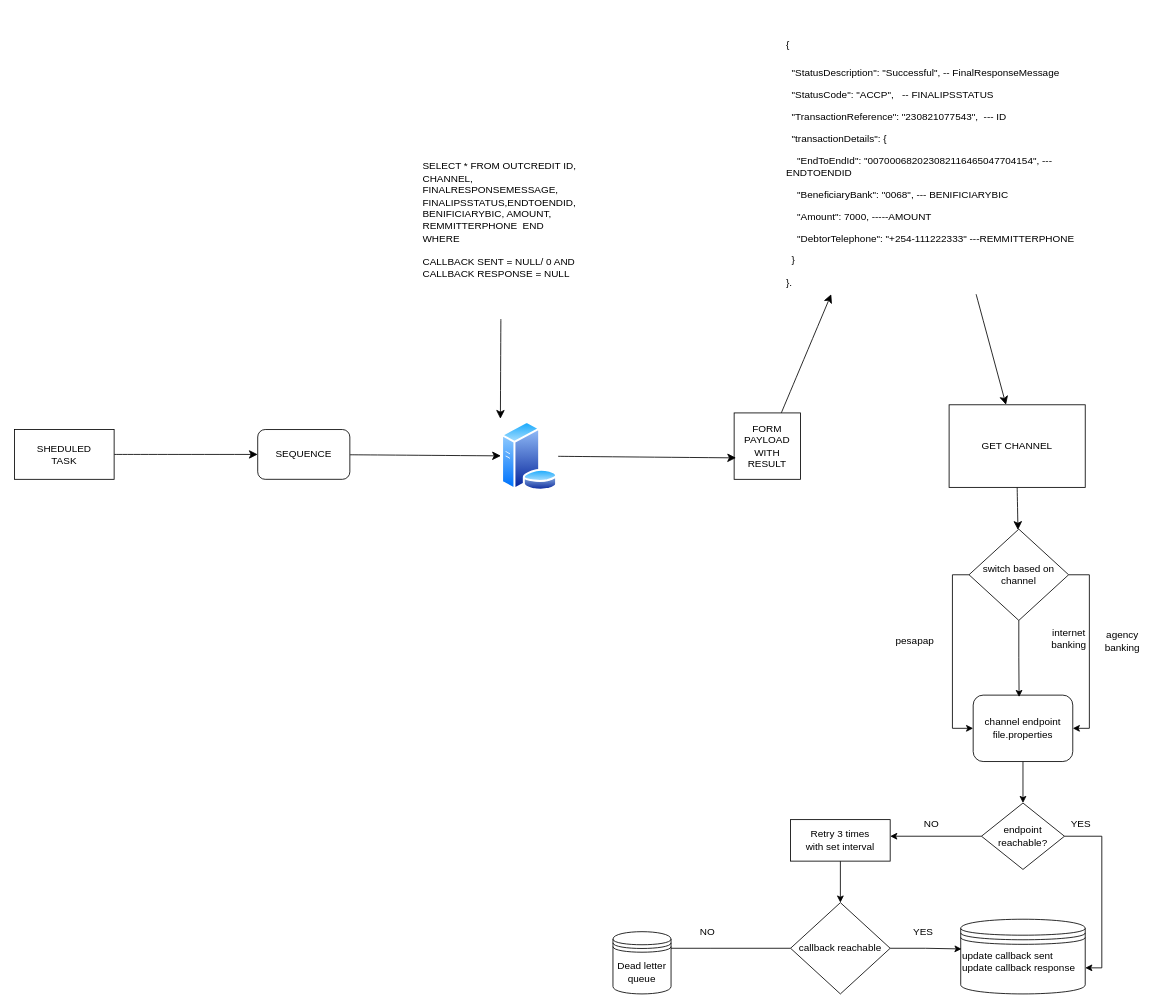
The draw.io diagram page "Page-5" (3 of 3) of Untitled Diagram.drawio in evankahenya/portfolio, before the edit. Source tidied: cells renumbered, new cells numbered last; positions are measured from the earlier drawing's top-left corner, leaving out a move shared by most shapes. Both pictures are drawn from the tidied source at 83%, with x=0, y=0 at pixel (14, 14).
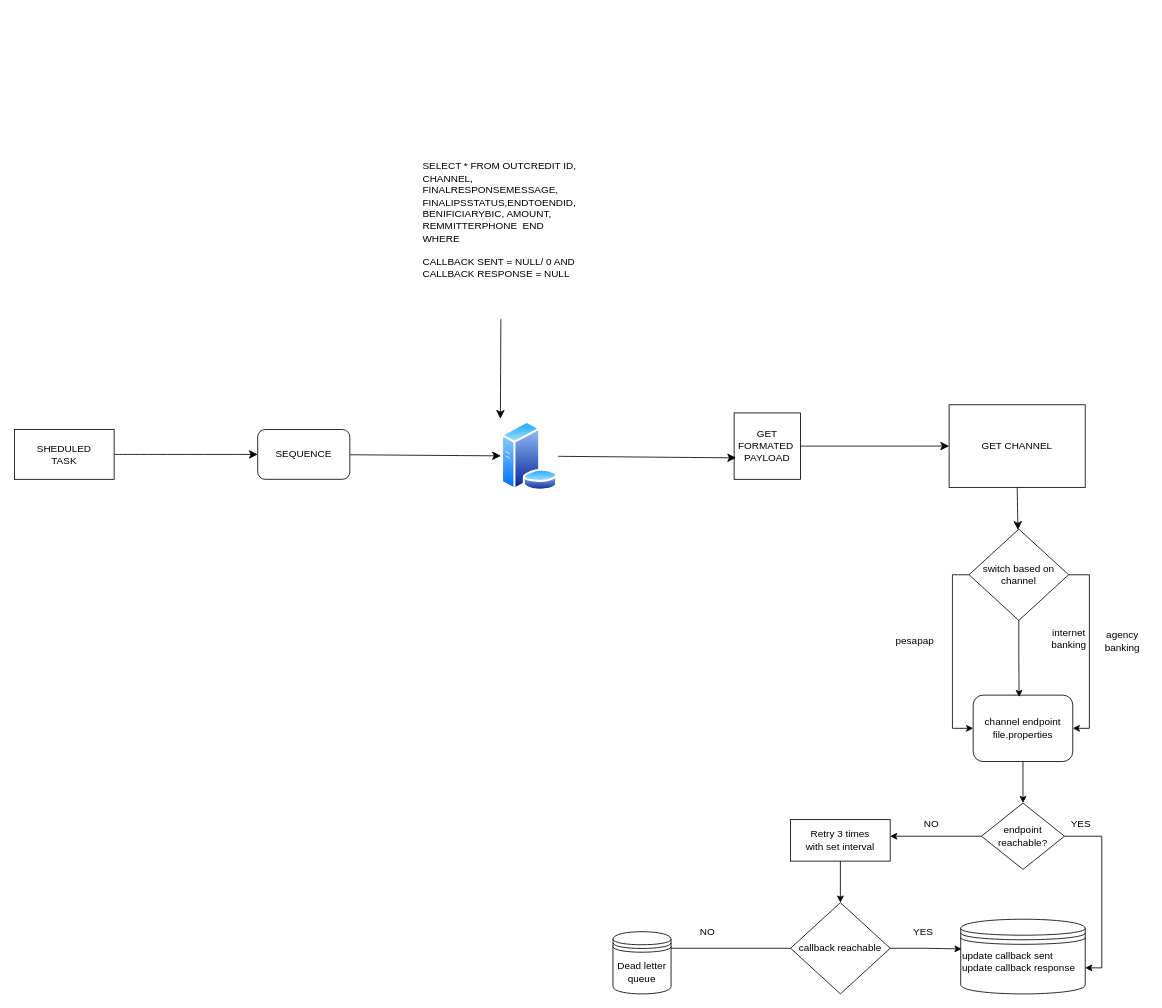
The same page after the edit.

Unchanged cells that the change refers to:
```xml
<mxCell id="11" value="&lt;h1 style=&quot;margin-top: 0px;&quot;&gt;&lt;br&gt;&lt;/h1&gt;" style="text;html=1;whiteSpace=wrap;overflow=hidden;rounded=0;" parent="1" vertex="1">
  <mxGeometry x="984" width="258" height="337" as="geometry" />
</mxCell>
<mxCell id="13" value="GET CHANNEL" style="rounded=0;whiteSpace=wrap;html=1;" parent="1" vertex="1">
  <mxGeometry x="1126" y="470.2" width="164" height="99.5" as="geometry" />
</mxCell>
```

Change to the diagram source:
```diff
@@
+    <mxCell id="40" style="edgeStyle=none;curved=1;rounded=0;jettySize=auto;html=1;entryX=0;entryY=0.5;entryDx=0;entryDy=0;fontSize=12;startSize=8;endSize=8;" parent="1" edge="1" source="8" target="13">
+      <mxGeometry relative="1" as="geometry" />
+    </mxCell>
-    <mxCell id="8" value="FORM PAYLOAD&lt;div&gt;WITH RESULT&lt;/div&gt;" style="whiteSpace=wrap;html=1;" parent="1" vertex="1">
+    <mxCell id="8" value="GET FORMATED&amp;nbsp;&lt;div&gt;PAYLOAD&lt;/div&gt;" style="whiteSpace=wrap;html=1;" parent="1" vertex="1">
       <mxGeometry x="867" y="480" width="80" height="80" as="geometry" />
     </mxCell>
@@
-    <mxCell id="10" style="edgeStyle=none;curved=1;rounded=0;jettySize=auto;html=1;fontSize=12;startSize=8;endSize=8;" parent="1" edge="1" source="11" target="13">
-      <mxGeometry relative="1" as="geometry" />
-    </mxCell>
@@
-    <mxCell id="14" style="edgeStyle=none;curved=1;rounded=0;jettySize=auto;html=1;fontSize=12;startSize=8;endSize=8;entryX=0;entryY=1;entryDx=0;entryDy=0;" parent="1" edge="1" source="8" target="11">
-      <mxGeometry relative="1" as="geometry" />
-    </mxCell>
@@
-    <mxCell id="39" value="&lt;h1 style=&quot;margin-top: 0px;&quot;&gt;&lt;span style=&quot;background-color: transparent; color: light-dark(rgb(0, 0, 0), rgb(255, 255, 255)); font-size: 12px; font-weight: normal;&quot;&gt;{&lt;/span&gt;&lt;/h1&gt;&lt;p&gt;&amp;nbsp; &quot;StatusDescription&quot;: &quot;Successful&quot;, -- FinalResponseMessage&lt;/p&gt;&lt;p&gt;&amp;nbsp; &quot;StatusCode&quot;: &quot;ACCP&quot;,&amp;nbsp; &amp;nbsp;-- FINALIPSSTATUS&lt;/p&gt;&lt;p&gt;&amp;nbsp; &quot;TransactionReference&quot;: &quot;230821077543&quot;,&amp;nbsp; --- ID&lt;/p&gt;&lt;p&gt;&amp;nbsp; &quot;transactionDetails&quot;: {&lt;/p&gt;&lt;p&gt;&amp;nbsp; &amp;nbsp; &quot;EndToEndId&quot;: &quot;007000682023082116465047704154&quot;, --- ENDTOENDID&lt;/p&gt;&lt;p&gt;&amp;nbsp; &amp;nbsp; &quot;BeneficiaryBank&quot;: &quot;0068&quot;, --- BENIFICIARYBIC&lt;/p&gt;&lt;p&gt;&amp;nbsp; &amp;nbsp; &quot;Amount&quot;: 7000, -----AMOUNT&lt;/p&gt;&lt;p&gt;&amp;nbsp; &amp;nbsp; &quot;DebtorTelephone&quot;: &quot;+254-111222333&quot; ---REMMITTERPHONE&lt;/p&gt;&lt;p&gt;&amp;nbsp; }&lt;/p&gt;&lt;p&gt;&lt;span style=&quot;background-color: transparent;&quot;&gt;}&lt;/span&gt;.&lt;/p&gt;" style="text;html=1;whiteSpace=wrap;overflow=hidden;rounded=0;" parent="1" vertex="1">
-      <mxGeometry x="928" y="12" width="359" height="324" as="geometry" />
-    </mxCell>
```
